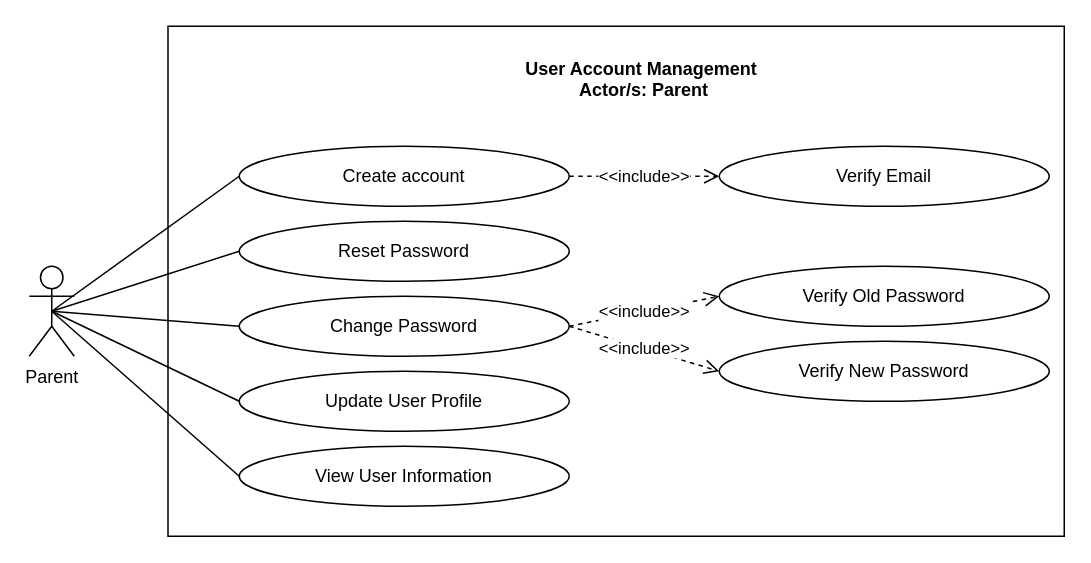
Earlier version of the draw.io diagram page "User Management System" (3 of 10) of REVISIONS/UML-DIAGRAMS/6-28-2021/USE CASE/use case.drawio (mrklglsn/CAPSTONE-FILES). Source tidied: cells renumbered, new cells numbered last; positions are measured from the earlier drawing's top-left corner, leaving out a move shared by most shapes. Both pictures are drawn from the tidied source at 150%, with x=0, y=0 at pixel (28, 26).
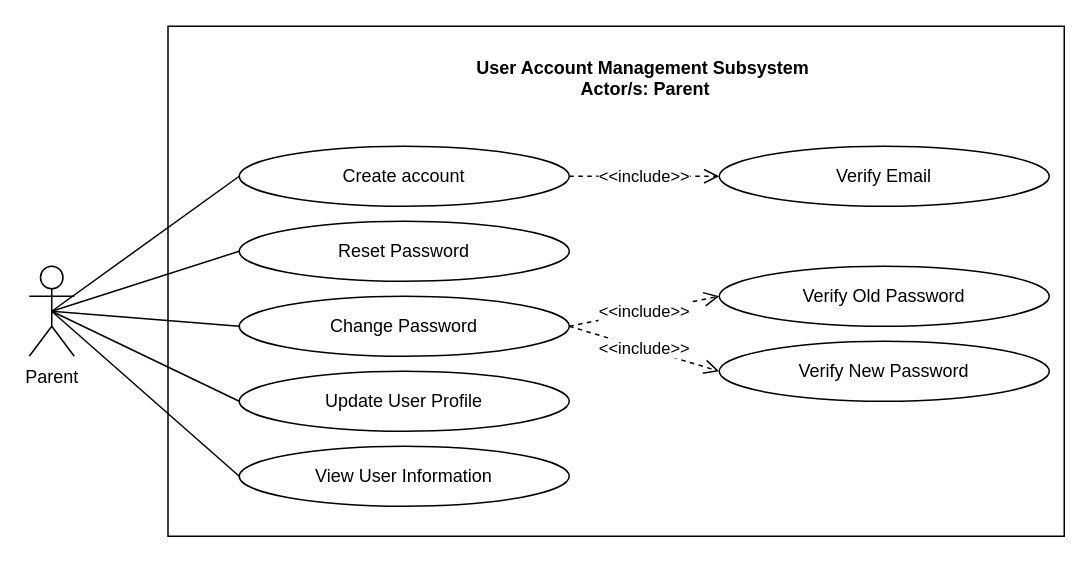
The same page after the edit.

Diff of the diagram source:
```diff
@@
-    <mxCell id="8" value="User Account Management &#10;Actor/s: Parent" style="text;align=center;fontStyle=1;verticalAlign=middle;spacingLeft=3;spacingRight=3;strokeColor=none;fillColor=none;" parent="1" vertex="1">
-      <mxGeometry x="250" y="20" width="320" height="30" as="geometry" />
+    <mxCell id="8" value="User Account Management Subsystem &#10;Actor/s: Parent" style="text;align=center;fontStyle=1;verticalAlign=middle;spacingLeft=3;spacingRight=3;strokeColor=none;fillColor=none;" parent="1" vertex="1">
+      <mxGeometry x="251" y="19" width="320" height="30" as="geometry" />
     </mxCell>
```
